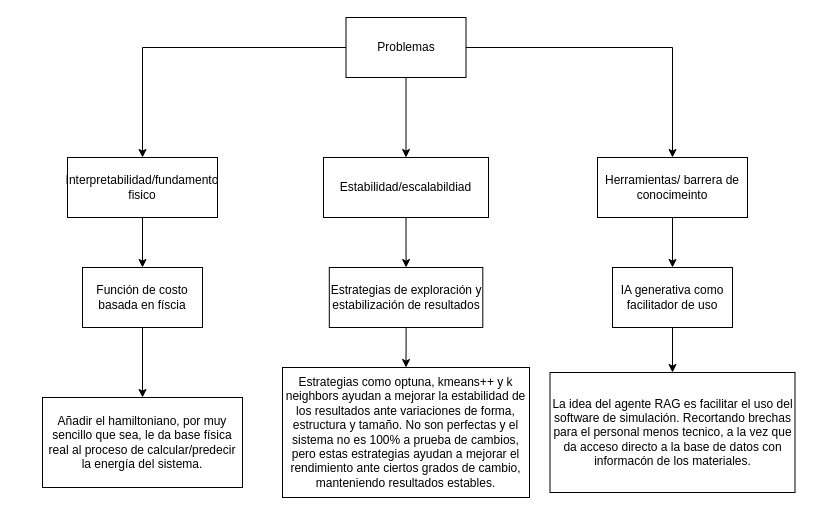
Above: Proyecto/thesis_stone.drawio in juansebastiangit/Inteligencia_artificial (draw.io), before the change. Source tidied: cells renumbered, new cells numbered last; positions are measured from the earlier drawing's top-left corner, leaving out a move shared by most shapes. Both pictures are drawn from the tidied source at 100%, with x=0, y=0 at pixel (42, 17).
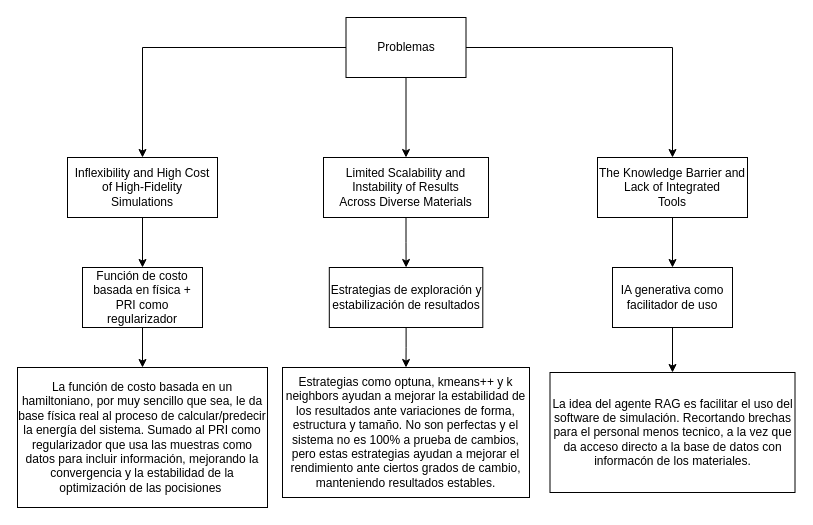
After the change.

Diff of the diagram source:
```diff
@@
-    <mxCell id="7" value="Interpretabilidad/fundamento fisico" style="rounded=0;whiteSpace=wrap;html=1;" parent="1" vertex="1">
+    <mxCell id="7" value="&lt;div&gt;Inflexibility and High Cost of High-Fidelity&lt;/div&gt;&lt;div&gt;Simulations&lt;/div&gt;" style="rounded=0;whiteSpace=wrap;html=1;" parent="1" vertex="1">
       <mxGeometry x="25" y="140" width="150" height="60" as="geometry" />
     </mxCell>
-    <mxCell id="8" value="Añadir el hamiltoniano, por muy sencillo que sea, le da base física real al proceso de calcular/predecir la energía del sistema." style="rounded=0;whiteSpace=wrap;html=1;" parent="1" vertex="1">
-      <mxGeometry y="380" width="200" height="90" as="geometry" />
+    <mxCell id="8" value="La función de costo basada en un hamiltoniano, por muy sencillo que sea, le da base física real al proceso de calcular/predecir la energía del sistema. Sumado al PRI como regularizador que usa las muestras como datos para incluir información, mejorando la convergencia y la estabilidad de la optimización de las pocisiones&amp;nbsp;" style="rounded=0;whiteSpace=wrap;html=1;" parent="1" vertex="1">
+      <mxGeometry x="-25" y="350" width="250" height="140" as="geometry" />
     </mxCell>
@@
-    <mxCell id="10" value="Estabilidad/escalabildiad" style="whiteSpace=wrap;html=1;rounded=0;" parent="1" vertex="1">
+    <mxCell id="10" value="&lt;div&gt;Limited Scalability and Instability of Results&lt;/div&gt;&lt;div&gt;Across Diverse Materials&lt;/div&gt;" style="whiteSpace=wrap;html=1;rounded=0;" parent="1" vertex="1">
       <mxGeometry x="281" y="140" width="165" height="60" as="geometry" />
     </mxCell>
@@
-    <mxCell id="13" value="Herramientas/ barrera de conocimeinto" style="whiteSpace=wrap;html=1;rounded=0;" parent="1" vertex="1">
+    <mxCell id="13" value="&lt;div&gt;The Knowledge Barrier and Lack of Integrated&lt;/div&gt;&lt;div&gt;Tools&lt;/div&gt;" style="whiteSpace=wrap;html=1;rounded=0;" parent="1" vertex="1">
       <mxGeometry x="555" y="140" width="150" height="60" as="geometry" />
     </mxCell>
@@
-    <mxCell id="16" value="Función de costo basada en físcia" style="whiteSpace=wrap;html=1;rounded=0;" parent="1" vertex="1">
+    <mxCell id="16" value="Función de costo basada en física + PRI como regularizador" style="whiteSpace=wrap;html=1;rounded=0;" parent="1" vertex="1">
       <mxGeometry x="40" y="250" width="120" height="60" as="geometry" />
     </mxCell>
```
